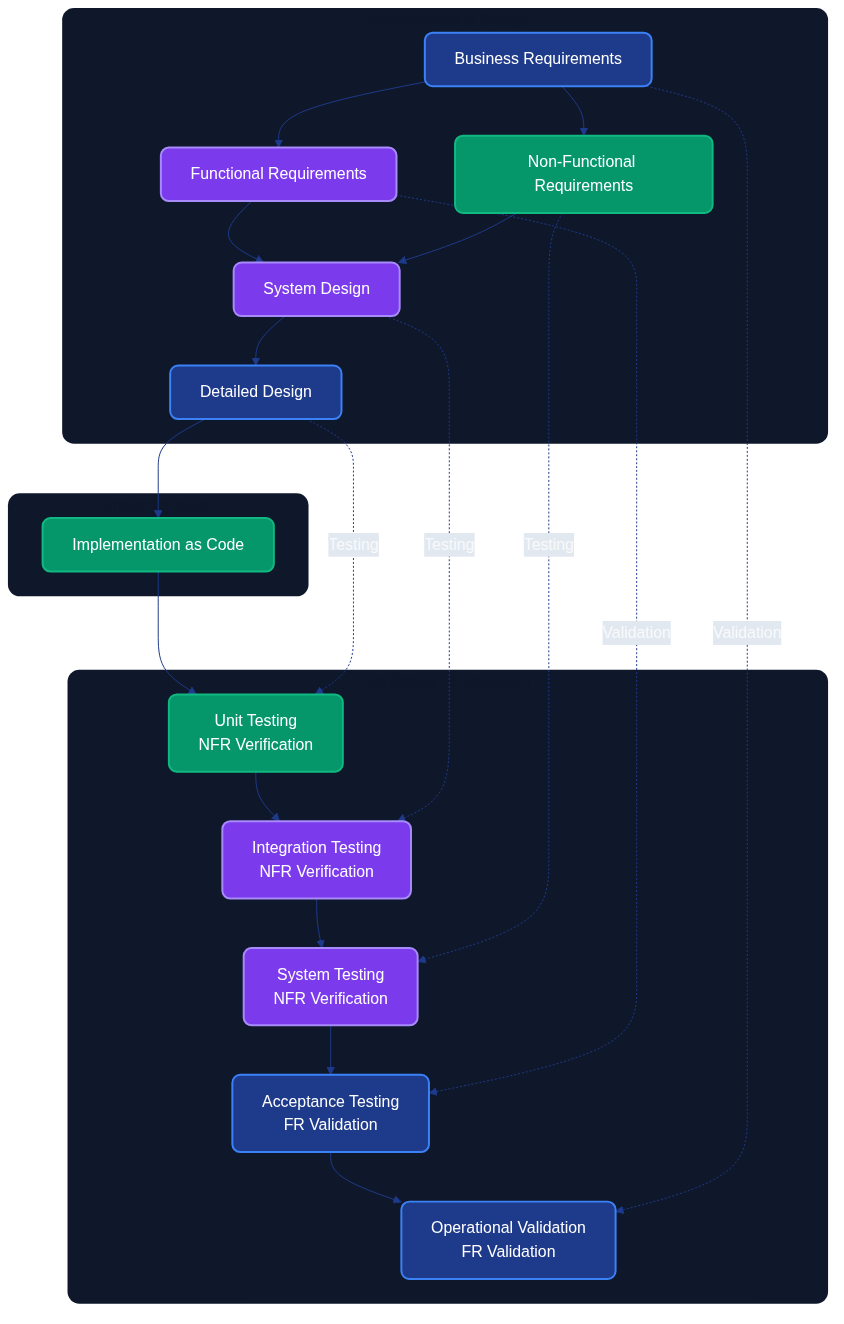
This is docs/images/diagram_02_v_model.png from Geonitab/architecture_as_code, a Mermaid export, as it was before one commit. Its source is kept beside it as docs/images/diagram_02_v_model.mmd.
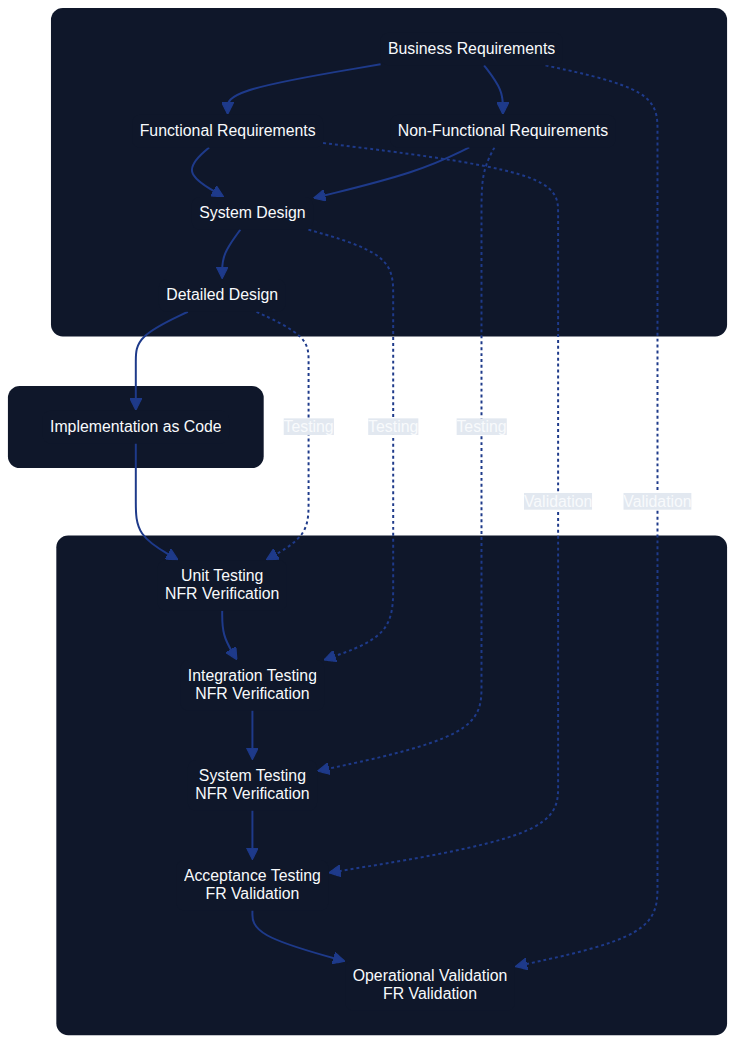
The same diagram one commit later.

Change to the diagram source:
```diff
@@ -38,6 +38,3 @@
     FR -.Validation.-> AT
     BR -.Validation.-> OT
 
-    classDef kv-primary fill:#1e3a8a,stroke:#3b82f6,stroke-width:2px,color:#fff
-    classDef kv-accent fill:#7c3aed,stroke:#a78bfa,stroke-width:2px,color:#fff
-    classDef kv-highlight fill:#059669,stroke:#10b981,stroke-width:2px,color:#fff
```
